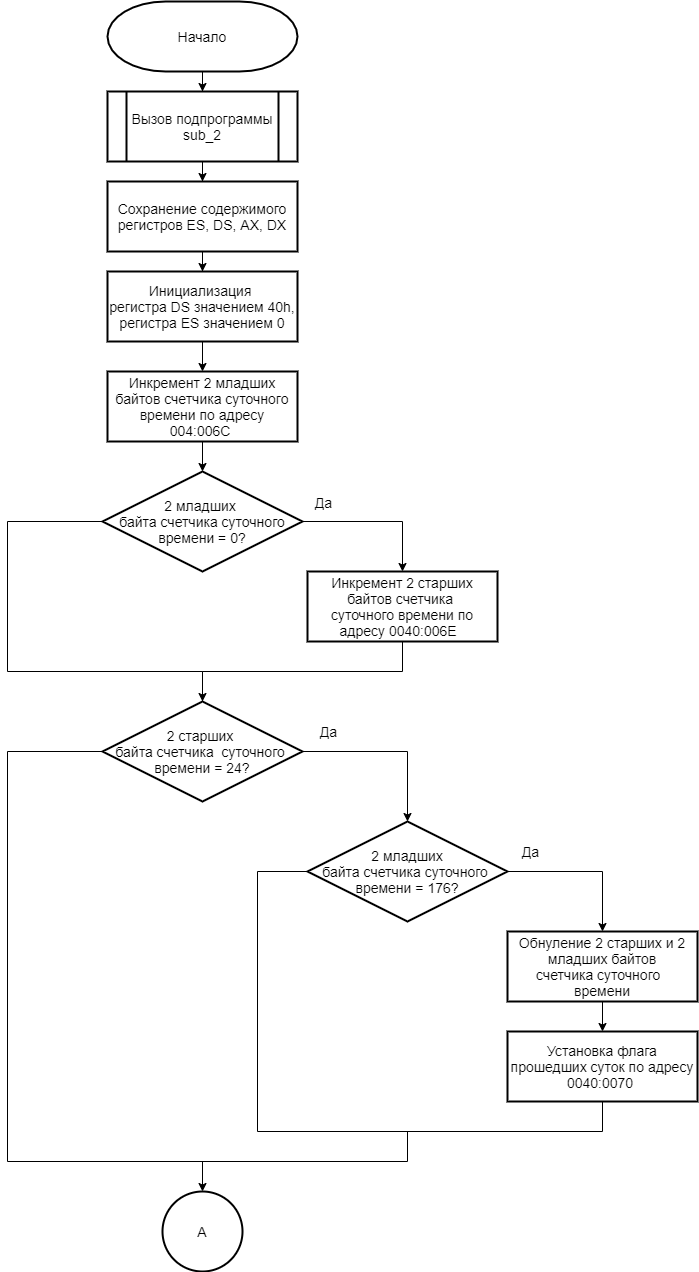
The draw.io diagram lab1_1/выполнение/int8-Page-1.png in alena-zayts/BMSTU_5sem_operating_systems, before a commit. Source tidied: cells renumbered, new cells last; positions are measured from the earlier drawing's top-left corner, leaving out a move shared by most shapes.
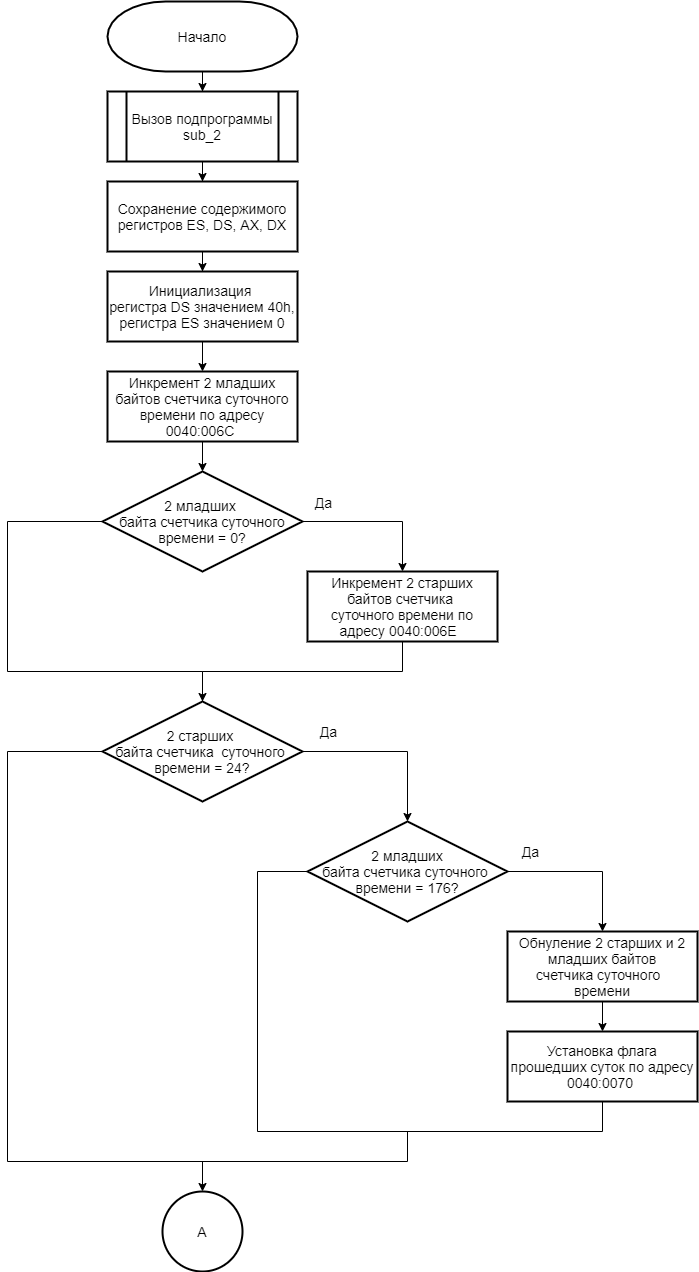
The same file after the commit.

Diff of the diagram source:
```diff
@@ -29,7 +29,7 @@
     <mxCell id="10" style="edgeStyle=orthogonalEdgeStyle;rounded=0;jettySize=auto;html=1;entryX=0.5;entryY=0;entryDx=0;entryDy=0;" parent="1" edge="1" source="11" target="15">
       <mxGeometry relative="1" as="geometry" />
     </mxCell>
-    <mxCell id="11" value="Инкремент 2 младших байтов счетчика суточного времени по адресу 004:006C&amp;nbsp;" style="rounded=0;whiteSpace=wrap;html=1;strokeWidth=2;fontSize=14;" parent="1" vertex="1">
+    <mxCell id="11" value="Инкремент 2 младших байтов счетчика суточного времени по адресу 0040:006C&amp;nbsp;" style="rounded=0;whiteSpace=wrap;html=1;strokeWidth=2;fontSize=14;" parent="1" vertex="1">
       <mxGeometry x="100" y="370" width="190" height="70" as="geometry" />
     </mxCell>
     <mxCell id="12" style="edgeStyle=orthogonalEdgeStyle;rounded=0;jettySize=auto;html=1;entryX=0.5;entryY=0;entryDx=0;entryDy=0;" parent="1" edge="1" source="15" target="17">
```
